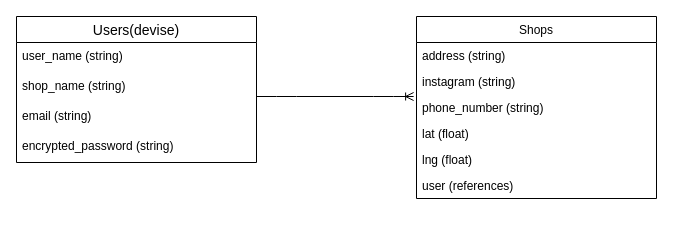
The draw.io diagram shoeshine.dio in daikiku10/shoeshine, before the edit. Source tidied: cells renumbered, new cells numbered last; positions are measured from the earlier drawing's top-left corner, leaving out a move shared by most shapes. Both pictures are drawn from the tidied source at 100%, with x=0, y=0 at pixel (16, 16).
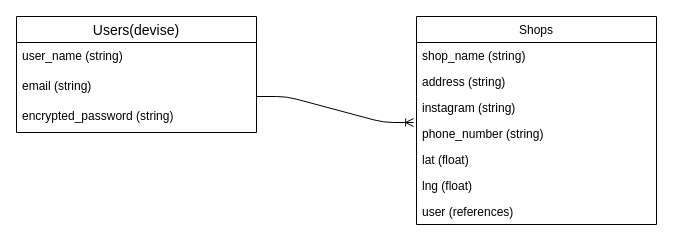
Above is the later version.

Commit message (it also covers changes not shown here):
README データベース設計の修正

What changed in the source:
```diff
@@
 <mxGraphModel>
   <root>
     <mxCell id="0" />
     <mxCell id="1" parent="0" />
     <mxCell id="2" value="Shops" style="swimlane;fontStyle=0;horizontal=1;startSize=26;fillColor=none;" parent="1" vertex="1">
-      <mxGeometry x="400" width="240" height="182" as="geometry" />
+      <mxGeometry x="400" width="240" height="208" as="geometry" />
     </mxCell>
-    <mxCell id="3" value="address (string)" style="text;strokeColor=none;fillColor=none;align=left;verticalAlign=top;spacingLeft=4;spacingRight=4;overflow=hidden;" parent="2" vertex="1">
+    <mxCell id="3" value="shop_name (string)" style="text;strokeColor=none;fillColor=none;align=left;verticalAlign=top;spacingLeft=4;spacingRight=4;overflow=hidden;" parent="2" vertex="1">
       <mxGeometry y="26" width="240" height="26" as="geometry" />
     </mxCell>
+    <mxCell id="15" value="address (string)" style="text;strokeColor=none;fillColor=none;align=left;verticalAlign=top;spacingLeft=4;spacingRight=4;overflow=hidden;" parent="2" vertex="1">
+      <mxGeometry y="52" width="240" height="26" as="geometry" />
+    </mxCell>
     <mxCell id="4" value="instagram (string)" style="text;strokeColor=none;fillColor=none;align=left;verticalAlign=top;spacingLeft=4;spacingRight=4;overflow=hidden;" parent="2" vertex="1">
-      <mxGeometry y="52" width="240" height="26" as="geometry" />
+      <mxGeometry y="78" width="240" height="26" as="geometry" />
     </mxCell>
     <mxCell id="5" value="phone_number (string)" style="text;strokeColor=none;fillColor=none;align=left;verticalAlign=top;spacingLeft=4;spacingRight=4;overflow=hidden;points=[[0,0.5],[1,0.5]];portConstraint=eastwest;" parent="2" vertex="1">
-      <mxGeometry y="78" width="240" height="26" as="geometry" />
+      <mxGeometry y="104" width="240" height="26" as="geometry" />
     </mxCell>
     <mxCell id="6" value="lat (float)" style="text;strokeColor=none;fillColor=none;align=left;verticalAlign=top;spacingLeft=4;spacingRight=4;overflow=hidden;" parent="2" vertex="1">
-      <mxGeometry y="104" width="240" height="26" as="geometry" />
+      <mxGeometry y="130" width="240" height="26" as="geometry" />
     </mxCell>
     <mxCell id="7" value="lng (float)" style="text;strokeColor=none;fillColor=none;align=left;verticalAlign=top;spacingLeft=4;spacingRight=4;overflow=hidden;" parent="2" vertex="1">
-      <mxGeometry y="130" width="240" height="26" as="geometry" />
+      <mxGeometry y="156" width="240" height="26" as="geometry" />
     </mxCell>
     <mxCell id="8" value="user (references)" style="text;strokeColor=none;fillColor=none;align=left;verticalAlign=top;spacingLeft=4;spacingRight=4;overflow=hidden;" parent="2" vertex="1">
-      <mxGeometry y="156" width="240" height="26" as="geometry" />
+      <mxGeometry y="182" width="240" height="26" as="geometry" />
     </mxCell>
     <mxCell id="9" value="Users(devise)" style="swimlane;fontStyle=0;horizontal=1;startSize=26;align=center;fontSize=14;" parent="1" vertex="1">
-      <mxGeometry width="240" height="146" as="geometry" />
+      <mxGeometry width="240" height="116" as="geometry" />
     </mxCell>
     <mxCell id="10" value="user_name (string)" style="text;strokeColor=none;fillColor=none;spacingLeft=4;spacingRight=4;overflow=hidden;fontSize=12;" parent="9" vertex="1">
       <mxGeometry y="26" width="240" height="30" as="geometry" />
     </mxCell>
-    <mxCell id="11" value="shop_name (string)" style="text;strokeColor=none;fillColor=none;spacingLeft=4;spacingRight=4;overflow=hidden;fontSize=12;" parent="9" vertex="1">
-      <mxGeometry y="56" width="240" height="30" as="geometry" />
-    </mxCell>
     <mxCell id="12" value="email (string)" style="text;strokeColor=none;fillColor=none;spacingLeft=4;spacingRight=4;overflow=hidden;fontSize=12;" parent="9" vertex="1">
-      <mxGeometry y="86" width="240" height="30" as="geometry" />
+      <mxGeometry y="56" width="240" height="30" as="geometry" />
     </mxCell>
     <mxCell id="13" value="encrypted_password (string)" style="text;strokeColor=none;fillColor=none;spacingLeft=4;spacingRight=4;overflow=hidden;fontSize=12;" parent="9" vertex="1">
-      <mxGeometry y="116" width="240" height="30" as="geometry" />
+      <mxGeometry y="86" width="240" height="30" as="geometry" />
     </mxCell>
     <mxCell id="14" style="edgeStyle=entityRelationEdgeStyle;fontSize=12;html=1;endArrow=ERoneToMany;entryX=-0.012;entryY=0.077;entryDx=0;entryDy=0;entryPerimeter=0;" parent="1" edge="1" target="5">
       <mxGeometry relative="1" as="geometry">
         <mxPoint x="240" y="80" as="sourcePoint" />
       </mxGeometry>
     </mxCell>
   </root>
 </mxGraphModel>
```
